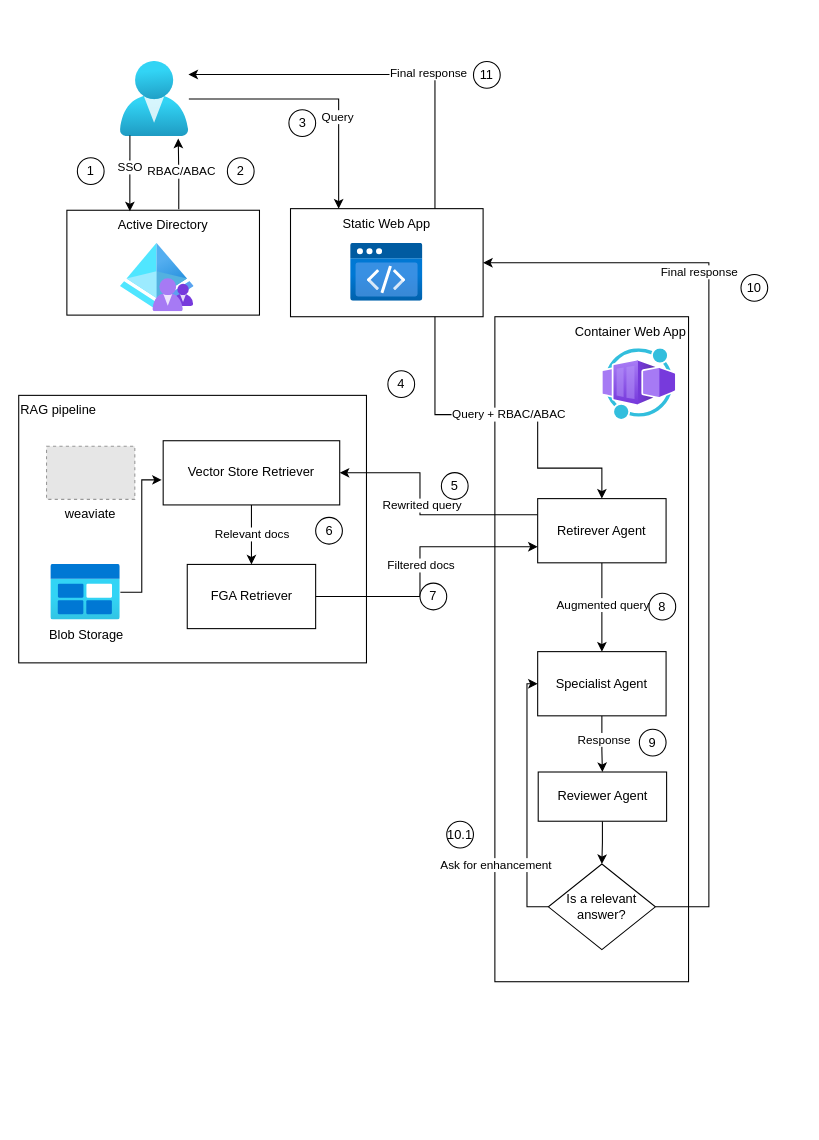
Before: architecture/architecture_diagram.drawio in DLesmes/bth_tha_aie, a draw.io diagram. Source tidied: cells renumbered, new cells numbered last; positions are measured from the earlier drawing's top-left corner, leaving out a move shared by most shapes. Both pictures are drawn from the tidied source at 107%, with x=0, y=0 at pixel (18, 61). Pictures stored in the file or linked from it are replaced by grey dashed boxes.
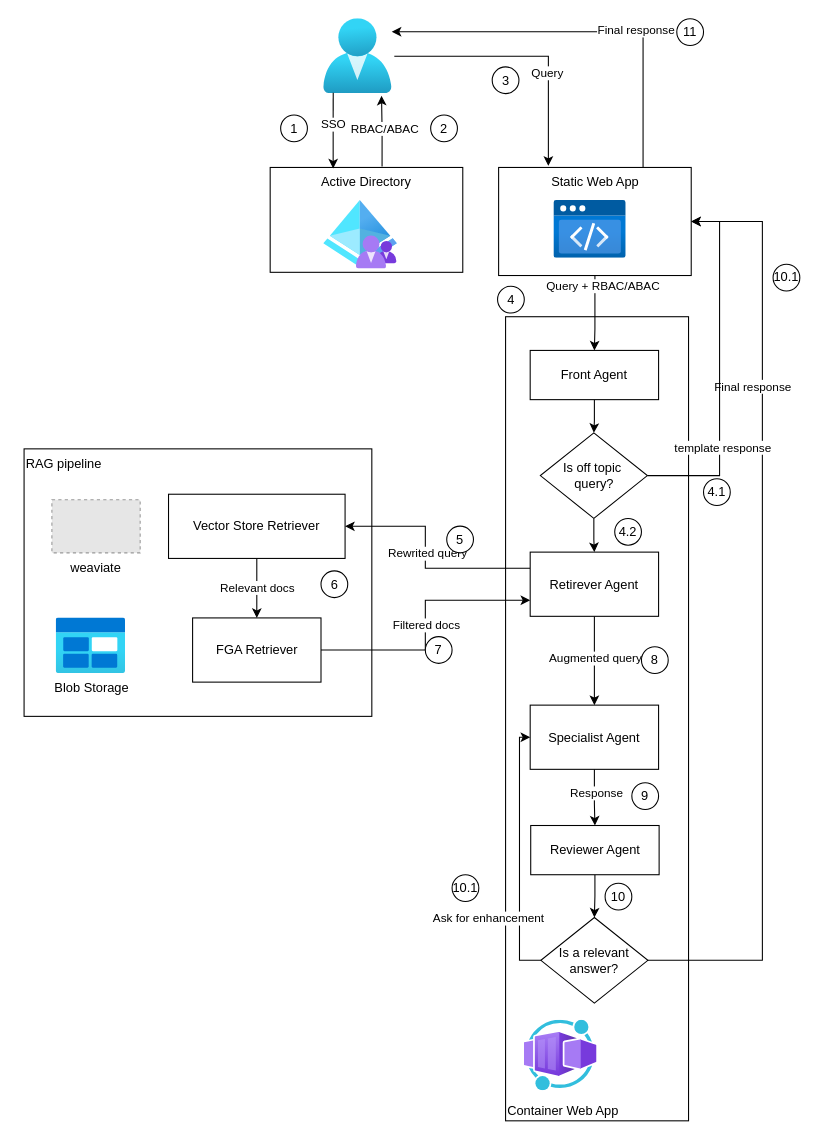
The same page after the edit.

Commit message (it also covers changes not shown here):
updating the architecture diagram

Change to the diagram source:
```diff
@@
-    <mxCell id="2" value="Container Web App" style="rounded=0;whiteSpace=wrap;html=1;fillColor=none;verticalAlign=top;align=right;" parent="1" vertex="1">
-      <mxGeometry x="445" y="238.5" width="181" height="621.5" as="geometry" />
+    <mxCell id="2" value="Container Web App" style="rounded=0;whiteSpace=wrap;html=1;fillColor=none;verticalAlign=bottom;align=left;" parent="1" vertex="1">
+      <mxGeometry x="455" y="238.5" width="171" height="751.5" as="geometry" />
     </mxCell>
-    <mxCell id="3" style="edgeStyle=orthogonalEdgeStyle;rounded=0;jettySize=auto;html=1;entryX=0.5;entryY=0;entryDx=0;entryDy=0;exitX=0.75;exitY=1;exitDx=0;exitDy=0;" parent="1" edge="1" source="5" target="33">
+    <mxCell id="3" style="edgeStyle=orthogonalEdgeStyle;rounded=0;jettySize=auto;html=1;entryX=0.5;entryY=0;entryDx=0;entryDy=0;exitX=0.5;exitY=1;exitDx=0;exitDy=0;" parent="1" edge="1" source="5" target="57">
       <mxGeometry relative="1" as="geometry">
         <Array as="points">
-          <mxPoint x="389" y="330" />
-          <mxPoint x="485" y="330" />
-          <mxPoint x="485" y="380" />
-          <mxPoint x="545" y="380" />
+          <mxPoint x="538" y="250" />
+          <mxPoint x="538" y="250" />
         </Array>
       </mxGeometry>
     </mxCell>
     <mxCell id="4" value="Query + RBAC/ABAC" style="edgeLabel;html=1;align=center;verticalAlign=middle;" parent="3" vertex="1">
-      <mxGeometry x="-0.02" y="1" relative="1" as="geometry" />
+      <mxGeometry x="-0.02" y="1" relative="1" as="geometry">
+        <mxPoint x="6" y="-25" as="offset" />
+      </mxGeometry>
     </mxCell>
     <mxCell id="5" value="Static Web App" style="rounded=0;whiteSpace=wrap;html=1;fillColor=none;verticalAlign=top;" parent="1" vertex="1">
-      <mxGeometry x="254" y="137.5" width="180" height="101" as="geometry" />
+      <mxGeometry x="448.5" y="99" width="180" height="101" as="geometry" />
     </mxCell>
     <mxCell id="6" value="Active Directory" style="rounded=0;whiteSpace=wrap;html=1;fillColor=none;verticalAlign=top;" parent="1" vertex="1">
-      <mxGeometry x="45" y="139" width="180" height="98" as="geometry" />
+      <mxGeometry x="235" y="99" width="180" height="98" as="geometry" />
     </mxCell>
     <mxCell id="7" style="edgeStyle=orthogonalEdgeStyle;rounded=0;jettySize=auto;html=1;exitX=0.5;exitY=1;exitDx=0;exitDy=0;entryX=0.5;entryY=0;entryDx=0;entryDy=0;" parent="1" edge="1" source="34" target="38">
       <mxGeometry relative="1" as="geometry">
         <Array as="points">
-          <mxPoint x="545" y="644" />
-          <mxPoint x="546" y="644" />
+          <mxPoint x="538" y="694" />
+          <mxPoint x="539" y="694" />
         </Array>
       </mxGeometry>
     </mxCell>
@@
     <mxCell id="11" value="RAG pipeline" style="rounded=0;whiteSpace=wrap;html=1;fillColor=none;align=left;verticalAlign=top;" parent="1" vertex="1">
-      <mxGeometry y="312" width="325" height="250" as="geometry" />
+      <mxGeometry x="5" y="362" width="325" height="250" as="geometry" />
     </mxCell>
     <mxCell id="12" style="image;html=1;align=center;fontSize=12;image=img/lib/azure2/other/Worker_Container_App.svg;" parent="1" vertex="1">
-      <mxGeometry x="546" y="268.5" width="68" height="66" as="geometry" />
+      <mxGeometry x="472.5" y="896" width="68" height="66" as="geometry" />
     </mxCell>
     <mxCell id="13" style="image;html=1;align=center;fontSize=12;image=img/lib/azure2/preview/Static_Apps.svg;" parent="1" vertex="1">
-      <mxGeometry x="310" y="170" width="68" height="54" as="geometry" />
+      <mxGeometry x="500" y="130" width="68" height="54" as="geometry" />
     </mxCell>
     <mxCell id="14" style="image;html=1;align=center;fontSize=12;image=img/lib/azure2/identity/Azure_AD_B2C.svg;" parent="1" vertex="1">
-      <mxGeometry x="95" y="170" width="69" height="64" as="geometry" />
+      <mxGeometry x="285" y="130" width="69" height="64" as="geometry" />
     </mxCell>
-    <mxCell id="15" style="edgeStyle=orthogonalEdgeStyle;rounded=0;jettySize=auto;html=1;entryX=0.25;entryY=0;entryDx=0;entryDy=0;" parent="1" edge="1" source="17" target="5">
+    <mxCell id="15" style="edgeStyle=orthogonalEdgeStyle;rounded=0;orthogonalLoop=1;jettySize=auto;html=1;entryX=0.25;entryY=0;entryDx=0;entryDy=0;" parent="1" edge="1">
       <mxGeometry relative="1" as="geometry">
+        <mxPoint x="351" y="-5" as="sourcePoint" />
+        <mxPoint x="495" y="97.5" as="targetPoint" />
         <Array as="points">
-          <mxPoint x="299" y="35" />
+          <mxPoint x="495" y="-5" />
         </Array>
       </mxGeometry>
     </mxCell>
@@
     <mxCell id="17" style="image;html=1;points=[];align=center;fontSize=12;image=img/lib/azure2/identity/Users.svg;" parent="1" vertex="1">
-      <mxGeometry x="95" width="64" height="70" as="geometry" />
+      <mxGeometry x="285" y="-40" width="64" height="70" as="geometry" />
     </mxCell>
-    <mxCell id="18" style="edgeStyle=orthogonalEdgeStyle;rounded=0;jettySize=auto;html=1;entryX=-0.008;entryY=0.61;entryDx=0;entryDy=0;entryPerimeter=0;" parent="1" edge="1" source="19" target="23">
-      <mxGeometry relative="1" as="geometry">
-        <Array as="points">
-          <mxPoint x="115" y="496" />
-          <mxPoint x="115" y="391" />
-        </Array>
-      </mxGeometry>
-    </mxCell>
     <mxCell id="19" value="Blob Storage" style="image;html=1;points=[];align=center;fontSize=12;image=img/lib/azure2/general/Blob_Block.svg;" parent="1" vertex="1">
-      <mxGeometry x="30" y="470" width="65" height="52" as="geometry" />
+      <mxGeometry x="35" y="520" width="65" height="52" as="geometry" />
     </mxCell>
     <mxCell id="20" value="weaviate" style="fillColor=#E6E6E6;strokeColor=#999999;dashed=1;verticalLabelPosition=bottom;labelBackgroundColor=default;verticalAlign=top;" parent="1" vertex="1">
-      <mxGeometry x="26" y="359.6" width="82.5" height="49.6" as="geometry" />
+      <mxGeometry x="31" y="409.6" width="82.5" height="49.6" as="geometry" />
     </mxCell>
@@
     <mxCell id="23" value="Vector Store Retriever" style="rounded=0;whiteSpace=wrap;html=1;" parent="1" vertex="1">
-      <mxGeometry x="135" y="354.4" width="165" height="60" as="geometry" />
+      <mxGeometry x="140" y="404.4" width="165" height="60" as="geometry" />
     </mxCell>
     <mxCell id="24" style="edgeStyle=orthogonalEdgeStyle;rounded=0;jettySize=auto;html=1;entryX=0;entryY=0.75;entryDx=0;entryDy=0;exitX=1;exitY=0.5;exitDx=0;exitDy=0;" parent="1" edge="1" source="26" target="33">
       <mxGeometry relative="1" as="geometry">
         <Array as="points">
-          <mxPoint x="375" y="500" />
-          <mxPoint x="375" y="454" />
+          <mxPoint x="380" y="550" />
+          <mxPoint x="380" y="504" />
         </Array>
       </mxGeometry>
     </mxCell>
@@
     <mxCell id="26" value="FGA Retriever" style="rounded=0;whiteSpace=wrap;html=1;" parent="1" vertex="1">
-      <mxGeometry x="157.5" y="470" width="120" height="60" as="geometry" />
+      <mxGeometry x="162.5" y="520" width="120" height="60" as="geometry" />
     </mxCell>
@@
     <mxCell id="31" style="edgeStyle=orthogonalEdgeStyle;rounded=0;jettySize=auto;html=1;entryX=1;entryY=0.5;entryDx=0;entryDy=0;exitX=0;exitY=0.25;exitDx=0;exitDy=0;" parent="1" edge="1" source="33" target="23">
       <mxGeometry relative="1" as="geometry">
         <Array as="points">
-          <mxPoint x="375" y="424" />
-          <mxPoint x="375" y="384" />
+          <mxPoint x="380" y="474" />
+          <mxPoint x="380" y="434" />
         </Array>
       </mxGeometry>
     </mxCell>
@@
     <mxCell id="33" value="Retirever Agent" style="rounded=0;whiteSpace=wrap;html=1;" parent="1" vertex="1">
-      <mxGeometry x="485" y="408.5" width="120" height="60" as="geometry" />
+      <mxGeometry x="478" y="458.5" width="120" height="60" as="geometry" />
     </mxCell>
     <mxCell id="34" value="Specialist Agent" style="rounded=0;whiteSpace=wrap;html=1;" parent="1" vertex="1">
-      <mxGeometry x="485" y="551.5" width="120" height="60" as="geometry" />
+      <mxGeometry x="478" y="601.5" width="120" height="60" as="geometry" />
     </mxCell>
     <mxCell id="35" style="edgeStyle=orthogonalEdgeStyle;rounded=0;jettySize=auto;html=1;entryX=1;entryY=0.5;entryDx=0;entryDy=0;exitX=1;exitY=0.5;exitDx=0;exitDy=0;" parent="1" edge="1" source="54" target="5">
       <mxGeometry relative="1" as="geometry">
         <Array as="points">
-          <mxPoint x="645" y="790" />
-          <mxPoint x="645" y="188" />
+          <mxPoint x="695" y="840" />
+          <mxPoint x="695" y="150" />
+          <mxPoint x="629" y="150" />
         </Array>
       </mxGeometry>
     </mxCell>
@@
     <mxCell id="38" value="Reviewer Agent" style="rounded=0;whiteSpace=wrap;html=1;" parent="1" vertex="1">
-      <mxGeometry x="485.5" y="664" width="120" height="46" as="geometry" />
+      <mxGeometry x="478.5" y="714" width="120" height="46" as="geometry" />
     </mxCell>
     <mxCell id="39" value="1" style="ellipse;whiteSpace=wrap;html=1;" parent="1" vertex="1">
-      <mxGeometry x="54.8" y="90" width="25" height="25" as="geometry" />
+      <mxGeometry x="244.8" y="50" width="25" height="25" as="geometry" />
     </mxCell>
     <mxCell id="40" value="2" style="ellipse;whiteSpace=wrap;html=1;" parent="1" vertex="1">
-      <mxGeometry x="195" y="90" width="25" height="25" as="geometry" />
+      <mxGeometry x="385" y="50" width="25" height="25" as="geometry" />
     </mxCell>
     <mxCell id="41" value="3" style="ellipse;whiteSpace=wrap;html=1;" parent="1" vertex="1">
-      <mxGeometry x="252.5" y="45" width="25" height="25" as="geometry" />
+      <mxGeometry x="442.5" y="5" width="25" height="25" as="geometry" />
     </mxCell>
     <mxCell id="42" value="4" style="ellipse;whiteSpace=wrap;html=1;" parent="1" vertex="1">
-      <mxGeometry x="345" y="289" width="25" height="25" as="geometry" />
+      <mxGeometry x="447.5" y="210" width="25" height="25" as="geometry" />
     </mxCell>
     <mxCell id="43" value="5" style="ellipse;whiteSpace=wrap;html=1;" parent="1" vertex="1">
-      <mxGeometry x="395" y="384.2" width="25" height="25" as="geometry" />
+      <mxGeometry x="400" y="434.2" width="25" height="25" as="geometry" />
     </mxCell>
     <mxCell id="44" value="6" style="ellipse;whiteSpace=wrap;html=1;" parent="1" vertex="1">
-      <mxGeometry x="277.5" y="426" width="25" height="25" as="geometry" />
+      <mxGeometry x="282.5" y="476" width="25" height="25" as="geometry" />
     </mxCell>
     <mxCell id="45" value="7" style="ellipse;whiteSpace=wrap;html=1;" parent="1" vertex="1">
-      <mxGeometry x="375" y="487.5" width="25" height="25" as="geometry" />
+      <mxGeometry x="380" y="537.5" width="25" height="25" as="geometry" />
     </mxCell>
     <mxCell id="46" value="8" style="ellipse;whiteSpace=wrap;html=1;" parent="1" vertex="1">
-      <mxGeometry x="589" y="497" width="25" height="25" as="geometry" />
+      <mxGeometry x="582" y="547" width="25" height="25" as="geometry" />
     </mxCell>
     <mxCell id="47" value="9" style="ellipse;whiteSpace=wrap;html=1;" parent="1" vertex="1">
-      <mxGeometry x="580" y="624" width="25" height="25" as="geometry" />
+      <mxGeometry x="573" y="674" width="25" height="25" as="geometry" />
     </mxCell>
-    <mxCell id="48" value="10" style="ellipse;whiteSpace=wrap;html=1;" parent="1" vertex="1">
-      <mxGeometry x="675" y="199" width="25" height="25" as="geometry" />
+    <mxCell id="48" value="10.1" style="ellipse;whiteSpace=wrap;html=1;" parent="1" vertex="1">
+      <mxGeometry x="705" y="189.5" width="25" height="25" as="geometry" />
     </mxCell>
     <mxCell id="49" value="11" style="ellipse;whiteSpace=wrap;html=1;" parent="1" vertex="1">
-      <mxGeometry x="425" width="25" height="25" as="geometry" />
+      <mxGeometry x="615" y="-40" width="25" height="25" as="geometry" />
     </mxCell>
@@
     <mxCell id="52" style="edgeStyle=orthogonalEdgeStyle;rounded=0;jettySize=auto;html=1;entryX=0;entryY=0.5;entryDx=0;entryDy=0;" parent="1" edge="1" source="54" target="34">
       <mxGeometry relative="1" as="geometry">
         <Array as="points">
-          <mxPoint x="475" y="790" />
-          <mxPoint x="475" y="581" />
+          <mxPoint x="468" y="840" />
+          <mxPoint x="468" y="631" />
         </Array>
       </mxGeometry>
     </mxCell>
@@
     <mxCell id="54" value="Is a relevant answer?" style="rhombus;whiteSpace=wrap;html=1;" parent="1" vertex="1">
-      <mxGeometry x="495" y="750" width="100" height="80" as="geometry" />
+      <mxGeometry x="488" y="800" width="100" height="80" as="geometry" />
     </mxCell>
     <mxCell id="55" value="10.1" style="ellipse;whiteSpace=wrap;html=1;" parent="1" vertex="1">
-      <mxGeometry x="400" y="710" width="25" height="25" as="geometry" />
+      <mxGeometry x="405" y="760" width="25" height="25" as="geometry" />
     </mxCell>
+    <mxCell id="56" style="edgeStyle=orthogonalEdgeStyle;rounded=0;jettySize=auto;html=1;" parent="1" edge="1" source="57" target="61">
+      <mxGeometry relative="1" as="geometry" />
+    </mxCell>
+    <mxCell id="57" value="Front Agent" style="rounded=0;whiteSpace=wrap;html=1;" parent="1" vertex="1">
+      <mxGeometry x="478" y="270" width="120" height="46" as="geometry" />
+    </mxCell>
+    <mxCell id="58" style="edgeStyle=orthogonalEdgeStyle;rounded=0;jettySize=auto;html=1;exitX=1;exitY=0.5;exitDx=0;exitDy=0;entryX=1;entryY=0.5;entryDx=0;entryDy=0;" parent="1" edge="1" source="61" target="5">
+      <mxGeometry relative="1" as="geometry">
+        <Array as="points">
+          <mxPoint x="655" y="387" />
+          <mxPoint x="655" y="150" />
+          <mxPoint x="629" y="150" />
+        </Array>
+      </mxGeometry>
+    </mxCell>
+    <mxCell id="59" value="template response" style="edgeLabel;html=1;align=center;verticalAlign=middle;" parent="58" vertex="1">
+      <mxGeometry x="-0.43" y="-2" relative="1" as="geometry" />
+    </mxCell>
+    <mxCell id="60" style="edgeStyle=orthogonalEdgeStyle;rounded=0;jettySize=auto;html=1;" parent="1" edge="1" source="61" target="33">
+      <mxGeometry relative="1" as="geometry" />
+    </mxCell>
+    <mxCell id="61" value="Is off topic&amp;nbsp;&lt;div&gt;query?&lt;/div&gt;" style="rhombus;whiteSpace=wrap;html=1;" parent="1" vertex="1">
+      <mxGeometry x="487.5" y="347" width="100" height="80" as="geometry" />
+    </mxCell>
+    <mxCell id="62" value="4.1" style="ellipse;whiteSpace=wrap;html=1;" parent="1" vertex="1">
+      <mxGeometry x="640" y="390" width="25" height="25" as="geometry" />
+    </mxCell>
+    <mxCell id="63" value="4.2" style="ellipse;whiteSpace=wrap;html=1;" parent="1" vertex="1">
+      <mxGeometry x="557" y="427" width="25" height="25" as="geometry" />
+    </mxCell>
+    <mxCell id="64" value="10" style="ellipse;whiteSpace=wrap;html=1;" parent="1" vertex="1">
+      <mxGeometry x="548" y="768" width="25" height="25" as="geometry" />
+    </mxCell>
```
